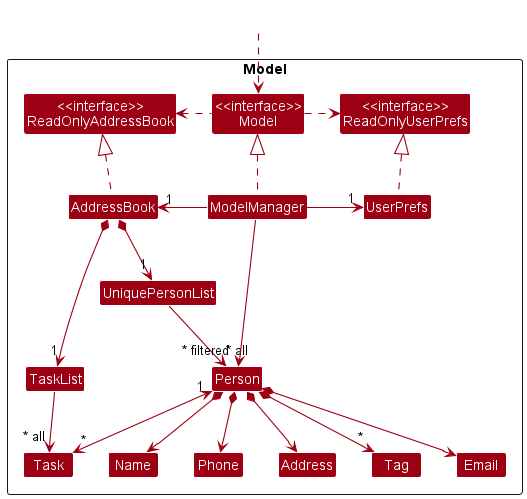
The PlantUML diagram docs/images/ModelClassDiagram.png in nus-cs2103-AY2223S1/tp, before a commit.
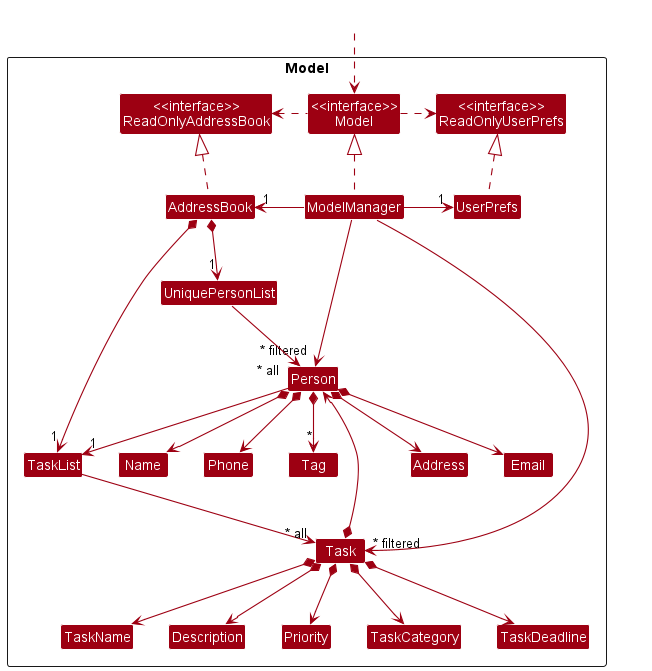
The same file after the commit.

What changed in the source:
```diff
@@ -21,7 +21,12 @@
 Class Tag
 Class TaskList
 Class Task
-
+Class TaskName
+Class Description
+Class Priority
+Class TaskCategory
+Class TaskDeadline
+Class Person
 }
 
 Class HiddenOutside #FFFFFF
@@ -36,6 +41,9 @@
 ModelManager -right-> "1" UserPrefs
 UserPrefs .up.|> ReadOnlyUserPrefs
 
+ModelManager -->"~* filtered" Person
+ModelManager -->"~* filtered" Task
+
 AddressBook *--> "1" UniquePersonList
 AddressBook *--> "1" TaskList
 UniquePersonList --> "~* all" Person
@@ -45,11 +53,15 @@
 Person *--> Email
 Person *--> Address
 Person *--> "*" Tag
-Person "1" <--> "*" Task
+Person --> "1" TaskList
+Task *--> TaskName
+Task *--> Description
+Task *--> Priority
+Task *--> TaskCategory
+Task *--> TaskDeadline
+Task *--> Person
 
 Name -[hidden]right-> Phone
 Phone -[hidden]right-> Address
 Address -[hidden]right-> Email
-
-ModelManager -->"~* filtered" Person
 @enduml
```
